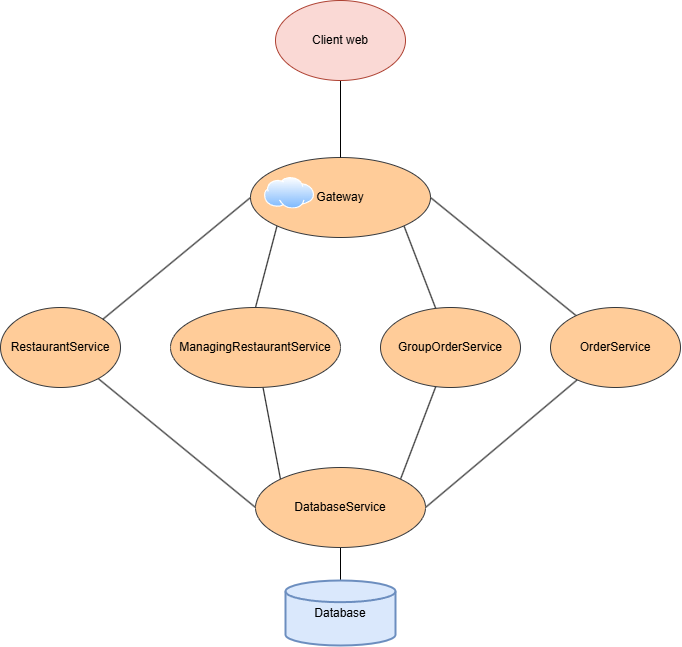
This is doc/infrastructure.png from Antoine-FdRg/512Eats-Backend, a draw.io export, as it was before one commit. Source tidied: cells renumbered, new cells last; positions are measured from the earlier drawing's top-left corner, leaving out a move shared by most shapes. Its diagram source:
```xml
<mxGraphModel>
  <root>
    <mxCell id="0" />
    <mxCell id="1" parent="0" />
    <mxCell id="2" style="rounded=0;jettySize=auto;html=1;endArrow=none;endFill=0;exitX=1;exitY=1;exitDx=0;exitDy=0;" parent="1" edge="1" source="17" target="10">
      <mxGeometry relative="1" as="geometry" />
    </mxCell>
    <mxCell id="3" style="rounded=0;jettySize=auto;html=1;endArrow=none;endFill=0;exitX=1;exitY=0.5;exitDx=0;exitDy=0;" parent="1" edge="1" source="17" target="12">
      <mxGeometry relative="1" as="geometry" />
    </mxCell>
    <mxCell id="4" style="rounded=0;jettySize=auto;html=1;entryX=0.5;entryY=0;entryDx=0;entryDy=0;endArrow=none;endFill=0;exitX=0;exitY=1;exitDx=0;exitDy=0;" parent="1" edge="1" source="17" target="8">
      <mxGeometry relative="1" as="geometry" />
    </mxCell>
    <mxCell id="5" style="edgeStyle=none;rounded=0;jettySize=auto;html=1;entryX=0;entryY=0.5;entryDx=0;entryDy=0;endArrow=none;endFill=0;" parent="1" edge="1" source="6" target="15">
      <mxGeometry relative="1" as="geometry" />
    </mxCell>
    <mxCell id="6" value="RestaurantService" style="ellipse;whiteSpace=wrap;html=1;fillColor=#ffcc99;strokeColor=#36393d;" parent="1" vertex="1">
      <mxGeometry y="307" width="120" height="80" as="geometry" />
    </mxCell>
    <mxCell id="7" style="edgeStyle=none;rounded=0;jettySize=auto;html=1;entryX=0;entryY=0;entryDx=0;entryDy=0;endArrow=none;endFill=0;" parent="1" edge="1" source="8" target="15">
      <mxGeometry relative="1" as="geometry" />
    </mxCell>
    <mxCell id="8" value="ManagingRestaurantService" style="ellipse;whiteSpace=wrap;html=1;fillColor=#ffcc99;strokeColor=#36393d;" parent="1" vertex="1">
      <mxGeometry x="170" y="307" width="170" height="80" as="geometry" />
    </mxCell>
    <mxCell id="9" style="rounded=0;jettySize=auto;html=1;entryX=1;entryY=0;entryDx=0;entryDy=0;endArrow=none;endFill=0;" parent="1" edge="1" source="10" target="15">
      <mxGeometry relative="1" as="geometry" />
    </mxCell>
    <mxCell id="10" value="GroupOrderService" style="ellipse;whiteSpace=wrap;html=1;fillColor=#ffcc99;strokeColor=#36393d;" parent="1" vertex="1">
      <mxGeometry x="380" y="307" width="140" height="80" as="geometry" />
    </mxCell>
    <mxCell id="11" style="edgeStyle=none;rounded=0;jettySize=auto;html=1;entryX=1;entryY=0.5;entryDx=0;entryDy=0;endArrow=none;endFill=0;" parent="1" edge="1" source="12" target="15">
      <mxGeometry relative="1" as="geometry" />
    </mxCell>
    <mxCell id="12" value="&lt;div&gt;&lt;span style=&quot;background-color: initial;&quot;&gt;OrderService&lt;/span&gt;&lt;/div&gt;" style="ellipse;whiteSpace=wrap;html=1;fillColor=#ffcc99;strokeColor=#36393d;" parent="1" vertex="1">
      <mxGeometry x="550" y="307" width="130" height="80" as="geometry" />
    </mxCell>
    <mxCell id="13" style="rounded=0;jettySize=auto;html=1;entryX=1;entryY=0;entryDx=0;entryDy=0;endArrow=none;endFill=0;exitX=0;exitY=0.5;exitDx=0;exitDy=0;" parent="1" edge="1" source="17" target="6">
      <mxGeometry relative="1" as="geometry" />
    </mxCell>
    <mxCell id="14" style="edgeStyle=none;rounded=0;jettySize=auto;html=1;endArrow=none;endFill=0;entryX=0.5;entryY=0;entryDx=0;entryDy=0;entryPerimeter=0;" parent="1" edge="1" source="15" target="21">
      <mxGeometry relative="1" as="geometry" />
    </mxCell>
    <mxCell id="15" value="DatabaseService" style="ellipse;whiteSpace=wrap;html=1;fillColor=#ffcc99;strokeColor=#36393d;" parent="1" vertex="1">
      <mxGeometry x="255" y="467" width="170" height="80" as="geometry" />
    </mxCell>
    <mxCell id="16" style="group;" parent="1" vertex="1">
      <mxGeometry x="250" y="157" width="180" height="80" as="geometry" />
    </mxCell>
    <mxCell id="17" value="Gateway" style="ellipse;whiteSpace=wrap;html=1;fillColor=#ffcc99;strokeColor=#36393d;" parent="16" vertex="1">
      <mxGeometry width="180" height="80" as="geometry" />
    </mxCell>
    <mxCell id="18" style="image;perimeter=ellipsePerimeter;html=1;align=center;shadow=0;dashed=0;spacingTop=3;image=img/lib/active_directory/internet_cloud.svg;" parent="16" vertex="1">
      <mxGeometry x="14" y="20" width="50" height="31.5" as="geometry" />
    </mxCell>
    <mxCell id="19" style="edgeStyle=none;rounded=0;jettySize=auto;html=1;endArrow=none;endFill=0;" parent="1" edge="1" source="20" target="17">
      <mxGeometry relative="1" as="geometry" />
    </mxCell>
    <mxCell id="20" value="Client web" style="ellipse;whiteSpace=wrap;html=1;fillColor=#fad9d5;strokeColor=#ae4132;" parent="1" vertex="1">
      <mxGeometry x="275" width="130" height="80" as="geometry" />
    </mxCell>
    <mxCell id="21" value="Database" style="strokeWidth=2;html=1;shape=mxgraph.flowchart.database;whiteSpace=wrap;fillColor=#dae8fc;strokeColor=#6c8ebf;" parent="1" vertex="1">
      <mxGeometry x="285" y="580" width="110" height="65" as="geometry" />
    </mxCell>
  </root>
</mxGraphModel>
```
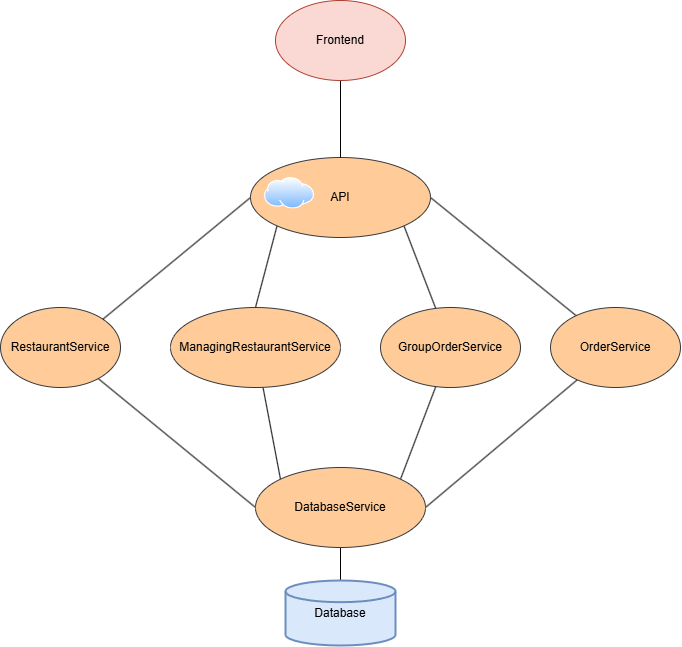
Later version of the same file.

Commit message:
:bug: fix diagram

Change to the diagram source:
```diff
@@ -47,7 +47,7 @@
     <mxCell id="16" style="group;" parent="1" vertex="1">
       <mxGeometry x="250" y="157" width="180" height="80" as="geometry" />
     </mxCell>
-    <mxCell id="17" value="Gateway" style="ellipse;whiteSpace=wrap;html=1;fillColor=#ffcc99;strokeColor=#36393d;" parent="16" vertex="1">
+    <mxCell id="17" value="API" style="ellipse;whiteSpace=wrap;html=1;fillColor=#ffcc99;strokeColor=#36393d;" parent="16" vertex="1">
       <mxGeometry width="180" height="80" as="geometry" />
     </mxCell>
     <mxCell id="18" style="image;perimeter=ellipsePerimeter;html=1;align=center;shadow=0;dashed=0;spacingTop=3;image=img/lib/active_directory/internet_cloud.svg;" parent="16" vertex="1">
@@ -56,7 +56,7 @@
     <mxCell id="19" style="edgeStyle=none;rounded=0;jettySize=auto;html=1;endArrow=none;endFill=0;" parent="1" edge="1" source="20" target="17">
       <mxGeometry relative="1" as="geometry" />
     </mxCell>
-    <mxCell id="20" value="Client web" style="ellipse;whiteSpace=wrap;html=1;fillColor=#fad9d5;strokeColor=#ae4132;" parent="1" vertex="1">
+    <mxCell id="20" value="Frontend" style="ellipse;whiteSpace=wrap;html=1;fillColor=#fad9d5;strokeColor=#ae4132;" parent="1" vertex="1">
       <mxGeometry x="275" width="130" height="80" as="geometry" />
     </mxCell>
     <mxCell id="21" value="Database" style="strokeWidth=2;html=1;shape=mxgraph.flowchart.database;whiteSpace=wrap;fillColor=#dae8fc;strokeColor=#6c8ebf;" parent="1" vertex="1">
```
